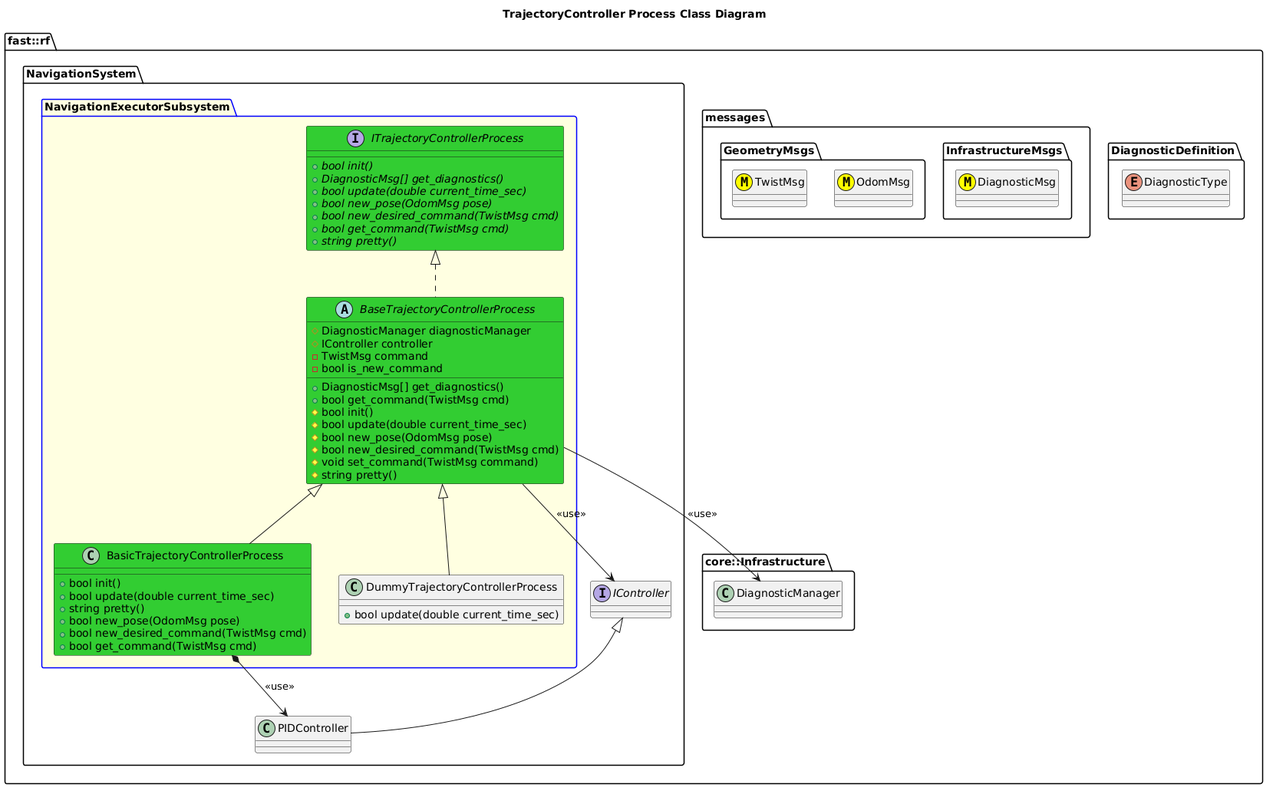
Above: Systems/Navigation/Subsystems/NavigationExecutor/Processes/TrajectoryController/doc/puml/TrajectoryControllerProcessClassDiagram.png in fastrobotics/robot_framework (PlantUML), before the change.
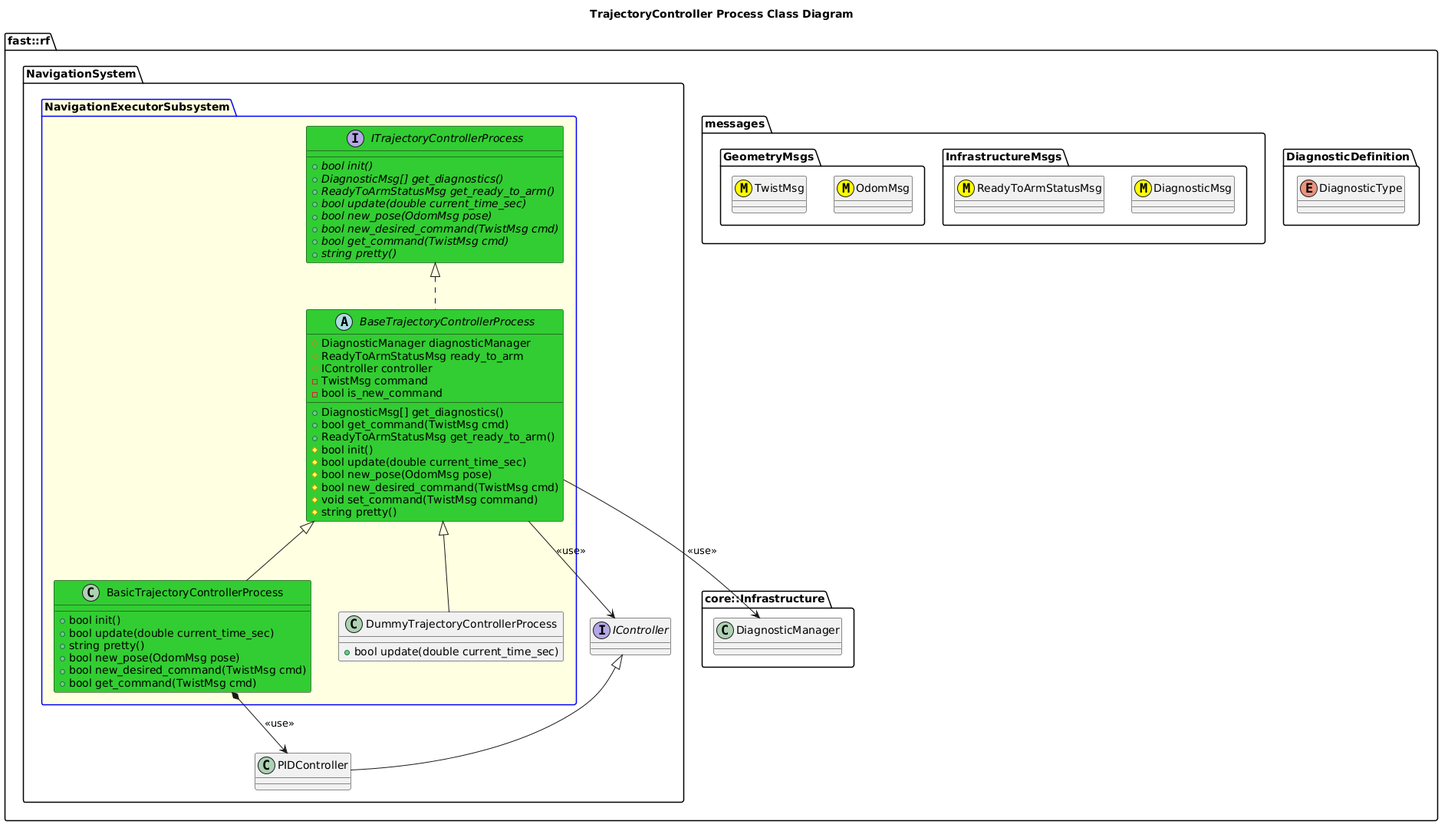
The same diagram one commit later.

Commit message:
Added Ready to Arm support.

Diff of the diagram source:
```diff
@@ -8,6 +8,7 @@
   namespace messages {
     namespace InfrastructureMsgs {
       class DiagnosticMsg <<(M,#FFFF00)>>
+      class ReadyToArmStatusMsg <<(M,#FFFF00)>>
     }
     namespace GeometryMsgs {
       class OdomMsg <<(M,#FFFF00)>>
@@ -25,6 +26,7 @@
         interface ITrajectoryControllerProcess #LimeGreen  {
           +{abstract} bool init()
           +{abstract} DiagnosticMsg[] get_diagnostics()
+          +{abstract} ReadyToArmStatusMsg get_ready_to_arm()
           +{abstract} bool update(double current_time_sec)
           +{abstract} bool new_pose(OdomMsg pose)
           +{abstract} bool new_desired_command(TwistMsg cmd)
@@ -34,6 +36,7 @@
         abstract BaseTrajectoryControllerProcess #LimeGreen {
           +DiagnosticMsg[] get_diagnostics()
           +bool get_command(TwistMsg cmd)
+          +ReadyToArmStatusMsg get_ready_to_arm()
           #bool init()
           #bool update(double current_time_sec)
           #bool new_pose(OdomMsg pose)
@@ -41,6 +44,7 @@
           #void set_command(TwistMsg command)
           #string pretty()
           #DiagnosticManager diagnosticManager
+          #ReadyToArmStatusMsg ready_to_arm
           #IController controller
           -TwistMsg command
           -bool is_new_command
```
